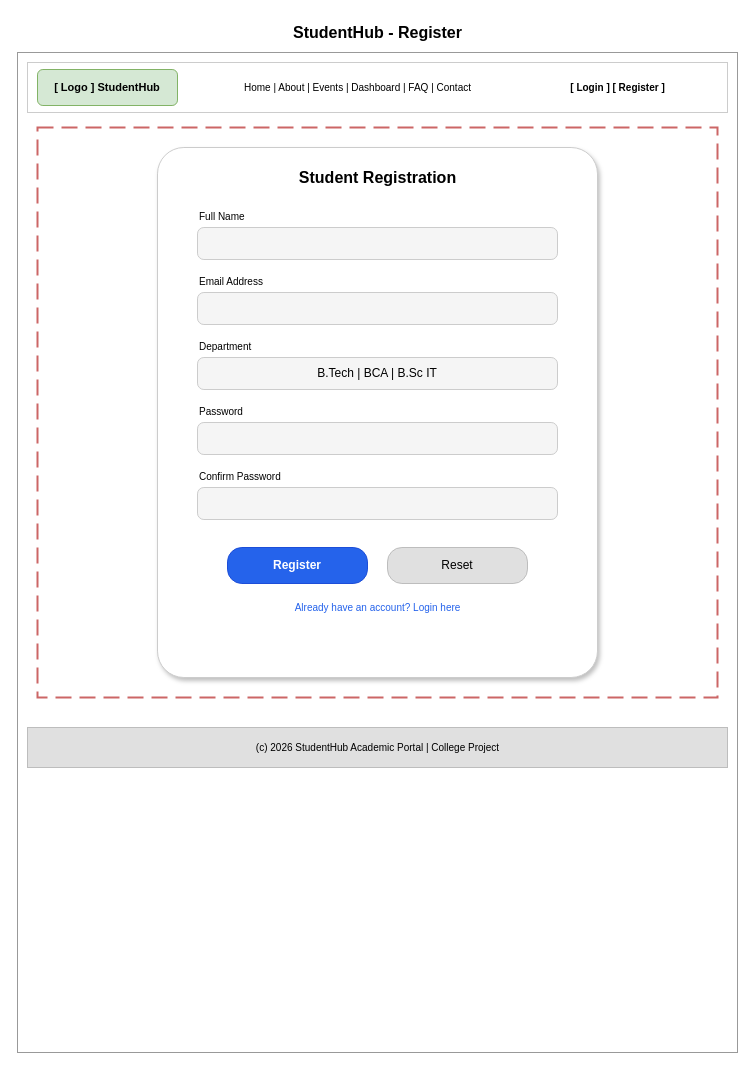
Before: wireframe/04-register-wireframe.drawio in aryan-1463/Student-Portal, a draw.io diagram. Source tidied: cells renumbered, new cells numbered last; positions are measured from the earlier drawing's top-left corner, leaving out a move shared by most shapes. Both pictures are drawn from the tidied source at 100%, with x=0, y=0 at pixel (17, 17).
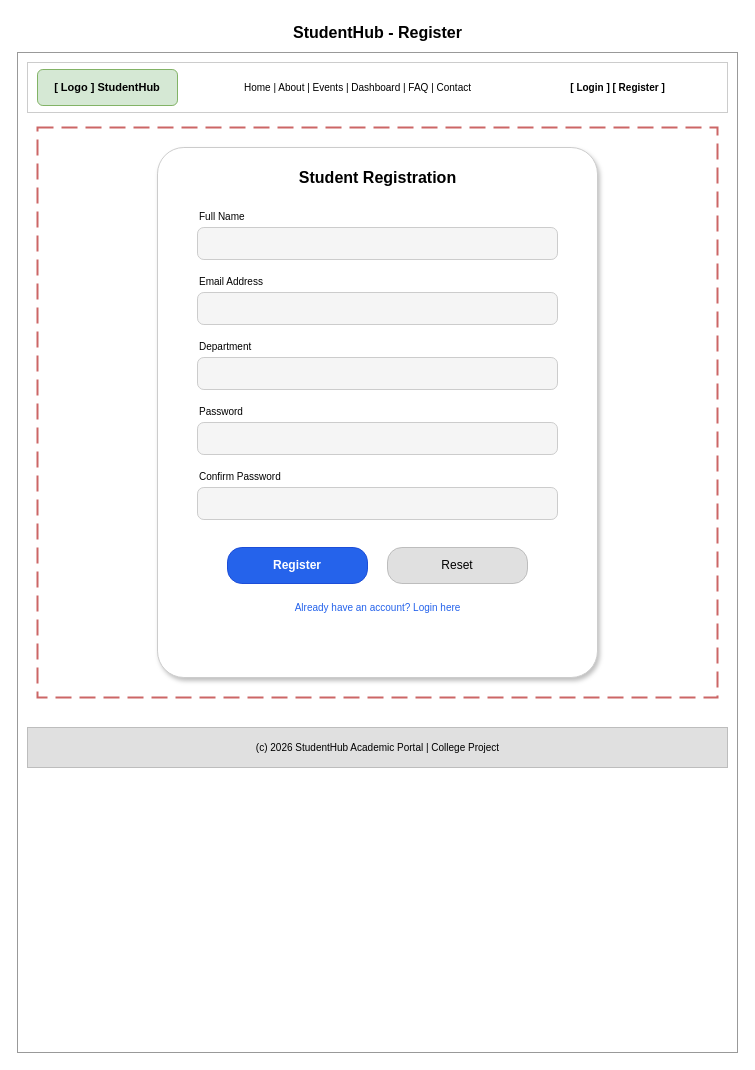
Above is the later version.

The edit, as a diff of the source:
```diff
@@
-    <mxCell id="16" value="B.Tech  |  BCA  |  B.Sc IT" style="rounded=1;whiteSpace=wrap;html=1;fillColor=#F5F5F5;strokeColor=#CCCCCC;arcSize=20;" parent="1" vertex="1">
+    <mxCell id="16" style="rounded=1;whiteSpace=wrap;html=1;fillColor=#F5F5F5;strokeColor=#CCCCCC;arcSize=20;" parent="1" vertex="1">
       <mxGeometry x="180" y="340" width="360" height="32" as="geometry" />
     </mxCell>
```
